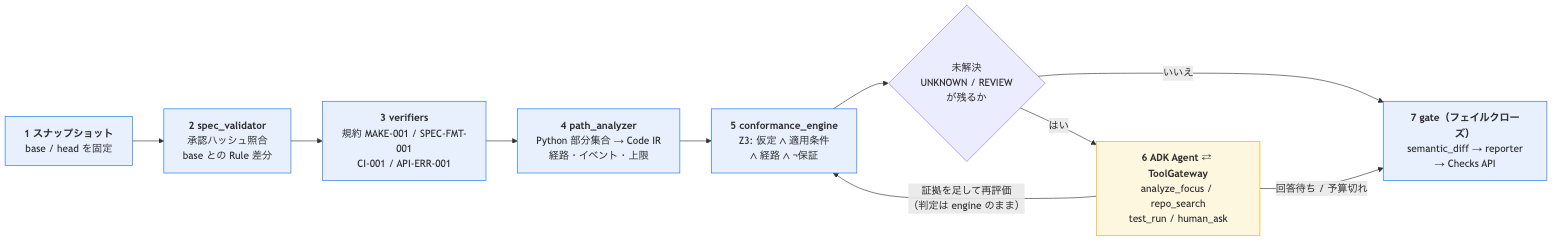
Above: design/pipeline.png in tanabe-yudai/speclino (Mermaid), before the change. Its source is kept beside it as design/pipeline.mmd. Its diagram source:
```mermaid
flowchart LR
  S1["<b>1 スナップショット</b><br/>base / head を固定"]
  S2["<b>2 spec_validator</b><br/>承認ハッシュ照合<br/>base との Rule 差分"]
  S3["<b>3 verifiers</b><br/>規約 MAKE-001 / SPEC-FMT-001<br/>CI-001 / API-ERR-001"]
  S4["<b>4 path_analyzer</b><br/>Python 部分集合 → Code IR<br/>経路・イベント・上限"]
  S5["<b>5 conformance_engine</b><br/>Z3: 仮定 ∧ 適用条件<br/>∧ 経路 ∧ ¬保証"]
  S6{"未解決<br/>UNKNOWN / REVIEW<br/>が残るか"}
  S7["<b>6 ADK Agent ⇄ ToolGateway</b><br/>analyze_focus / repo_search<br/>test_run / human_ask"]
  S8["<b>7 gate（フェイルクローズ）</b><br/>semantic_diff → reporter<br/>→ Checks API"]

  S1 --> S2 --> S3 --> S4 --> S5 --> S6
  S6 -- "いいえ" --> S8
  S6 -- "はい" --> S7
  S7 -- "証拠を足して再評価<br/>（判定は engine のまま）" --> S5
  S7 -- "回答待ち / 予算切れ" --> S8

  classDef deterministic fill:#e8f0fe,stroke:#1a73e8
  classDef agent fill:#fef7e0,stroke:#f9ab00
  class S1,S2,S3,S4,S5,S8 deterministic
  class S7 agent
```
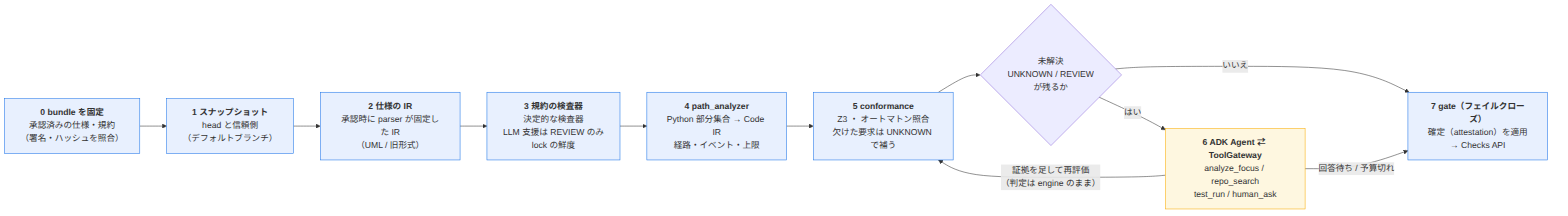
The same diagram one commit later.

Diff of the diagram source:
```diff
@@ -1,14 +1,15 @@
 flowchart LR
-  S1["<b>1 スナップショット</b><br/>base / head を固定"]
-  S2["<b>2 spec_validator</b><br/>承認ハッシュ照合<br/>base との Rule 差分"]
-  S3["<b>3 verifiers</b><br/>規約 MAKE-001 / SPEC-FMT-001<br/>CI-001 / API-ERR-001"]
+  S0["<b>0 bundle を固定</b><br/>承認済みの仕様・規約<br/>（署名・ハッシュを照合）"]
+  S1["<b>1 スナップショット</b><br/>head と信頼側<br/>（デフォルトブランチ）"]
+  S2["<b>2 仕様の IR</b><br/>承認時に parser が固定した IR<br/>（UML / 旧形式）"]
+  S3["<b>3 規約の検査器</b><br/>決定的な検査器<br/>LLM 支援は REVIEW のみ<br/>lock の鮮度"]
   S4["<b>4 path_analyzer</b><br/>Python 部分集合 → Code IR<br/>経路・イベント・上限"]
-  S5["<b>5 conformance_engine</b><br/>Z3: 仮定 ∧ 適用条件<br/>∧ 経路 ∧ ¬保証"]
+  S5["<b>5 conformance</b><br/>Z3 ・ オートマトン照合<br/>欠けた要求は UNKNOWN で補う"]
   S6{"未解決<br/>UNKNOWN / REVIEW<br/>が残るか"}
   S7["<b>6 ADK Agent ⇄ ToolGateway</b><br/>analyze_focus / repo_search<br/>test_run / human_ask"]
-  S8["<b>7 gate（フェイルクローズ）</b><br/>semantic_diff → reporter<br/>→ Checks API"]
+  S8["<b>7 gate（フェイルクローズ）</b><br/>確定（attestation）を適用<br/>→ Checks API"]
 
-  S1 --> S2 --> S3 --> S4 --> S5 --> S6
+  S0 --> S1 --> S2 --> S3 --> S4 --> S5 --> S6
   S6 -- "いいえ" --> S8
   S6 -- "はい" --> S7
   S7 -- "証拠を足して再評価<br/>（判定は engine のまま）" --> S5
@@ -16,5 +17,5 @@
 
   classDef deterministic fill:#e8f0fe,stroke:#1a73e8
   classDef agent fill:#fef7e0,stroke:#f9ab00
-  class S1,S2,S3,S4,S5,S8 deterministic
+  class S0,S1,S2,S3,S4,S5,S8 deterministic
   class S7 agent
```
